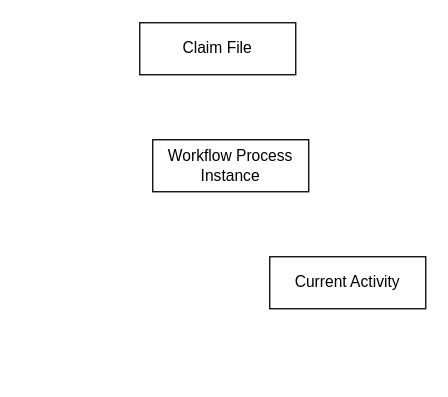
Earlier version of the draw.io diagram ClaimFileStructure.drawio (phatcharalaw/my-doc). Source tidied: cells renumbered, new cells numbered last; positions are measured from the earlier drawing's top-left corner, leaving out a move shared by most shapes. Both pictures are drawn from the tidied source at 130%, with x=0, y=0 at pixel (139, 22).
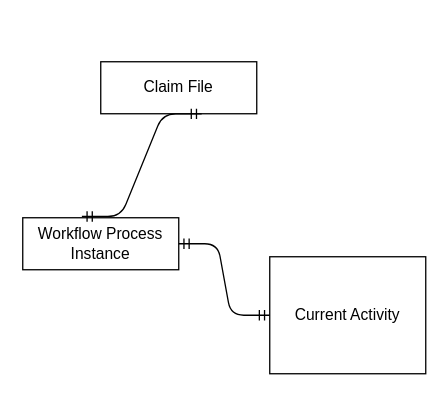
The same diagram, later.

Diff of the diagram source:
```diff
@@
 <mxGraphModel>
   <root>
     <mxCell id="0" />
     <mxCell id="1" parent="0" />
     <mxCell id="2" value="Claim File" style="rounded=0;whiteSpace=wrap;html=1;" parent="1" vertex="1">
-      <mxGeometry width="120" height="40" as="geometry" />
+      <mxGeometry x="-30" y="30" width="120" height="40" as="geometry" />
     </mxCell>
     <mxCell id="3" value="Workflow Process Instance" style="rounded=0;whiteSpace=wrap;html=1;" parent="1" vertex="1">
-      <mxGeometry x="10" y="90" width="120" height="40" as="geometry" />
+      <mxGeometry x="-90" y="150" width="120" height="40" as="geometry" />
     </mxCell>
     <mxCell id="4" value="Current Activity" style="rounded=0;whiteSpace=wrap;html=1;" parent="1" vertex="1">
-      <mxGeometry x="100" y="180" width="120" height="40" as="geometry" />
+      <mxGeometry x="100" y="180" width="120" height="90" as="geometry" />
     </mxCell>
+    <mxCell id="5" style="edgeStyle=entityRelationEdgeStyle;fontSize=12;html=1;endArrow=ERmandOne;startArrow=ERmandOne;entryX=0.647;entryY=1.003;entryDx=0;entryDy=0;entryPerimeter=0;exitX=0.379;exitY=-0.025;exitDx=0;exitDy=0;exitPerimeter=0;" parent="1" edge="1" source="3" target="2">
+      <mxGeometry relative="1" as="geometry" />
+    </mxCell>
+    <mxCell id="6" style="edgeStyle=entityRelationEdgeStyle;fontSize=12;html=1;endArrow=ERmandOne;startArrow=ERmandOne;exitX=1;exitY=0.5;exitDx=0;exitDy=0;" parent="1" edge="1" source="3" target="4">
+      <mxGeometry relative="1" as="geometry" />
+    </mxCell>
   </root>
 </mxGraphModel>
```
